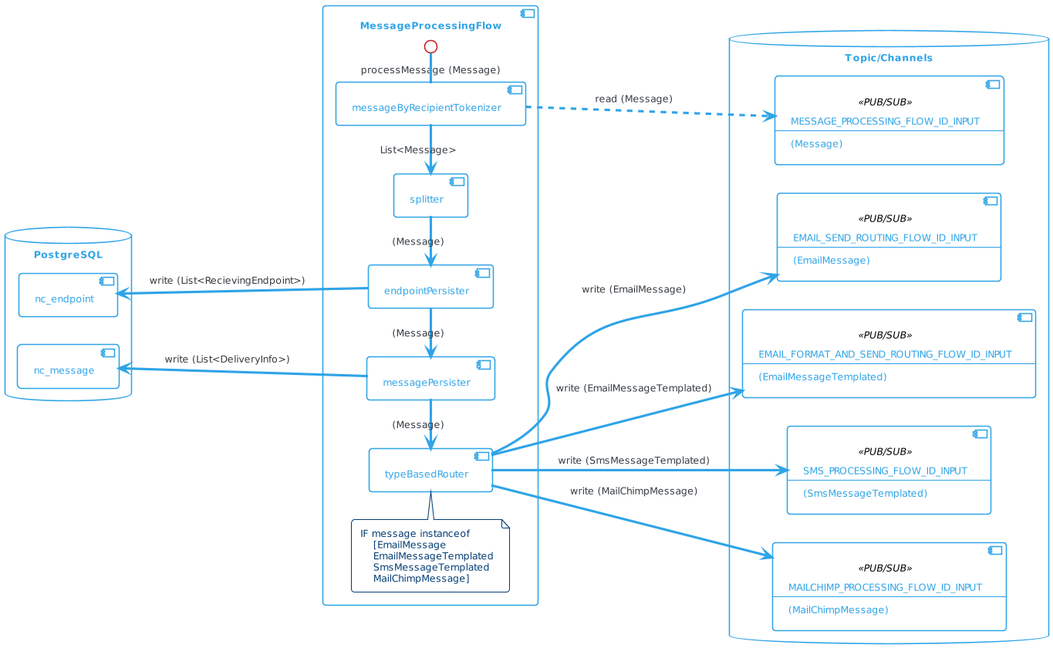
This is docs/diagrams/png/message-processing-flow.png from com-obj/notiflow, a PlantUML export, as it was before one commit.
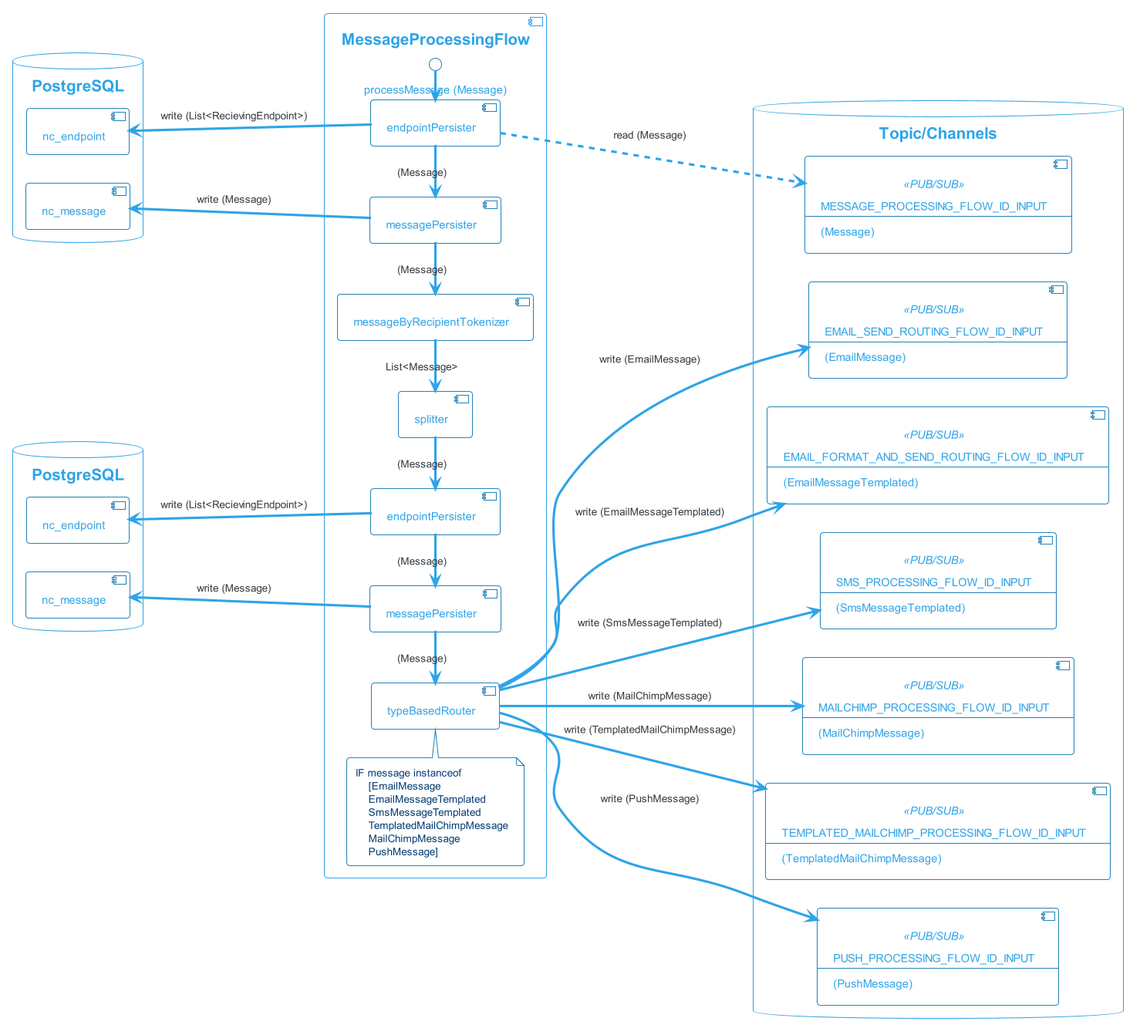
Above is the later version.

Change to the diagram source:
```diff
@@ -1,4 +1,5 @@
 @startuml
+
 !theme cerulean-outline
 
 left to right direction
@@ -8,9 +9,14 @@
     backgroundColor<<user defined>> LightGray
 }
 
-database "PostgreSQL" {
+database "PostgreSQL" as pg1 {
     [nc_message]
     [nc_endpoint]
+}
+
+database "PostgreSQL" as pg2 {
+    [nc_message] as nc_message2
+    [nc_endpoint] as nc_endpoint2
 }
 
 database "Topic/Channels" {
@@ -43,13 +49,27 @@
         --
         (MailChimpMessage)
     ]
+
+    component TEMPLATED_MAILCHIMP_PROCESSING_FLOW_ID_INPUT<<PUB/SUB>>[
+        TEMPLATED_MAILCHIMP_PROCESSING_FLOW_ID_INPUT
+        --
+        (TemplatedMailChimpMessage)
+    ]
+
+    component PUSH_PROCESSING_FLOW_ID_INPUT<<PUB/SUB>>[
+        PUSH_PROCESSING_FLOW_ID_INPUT
+        --
+        (PushMessage)
+    ]
 }
 
 component "MessageProcessingFlow" {
+    [endpointPersister] as endpointPersister1
+    [messagePersister] as messagePersister1
     [messageByRecipientTokenizer]
     [splitter]
-    [endpointPersister]
-    [messagePersister]
+    [endpointPersister] as endpointPersister2
+    [messagePersister] as messagePersister2
     [typeBasedRouter]
 
     note top of typeBasedRouter
@@ -57,24 +77,36 @@
         [EmailMessage
         EmailMessageTemplated
         SmsMessageTemplated
-        MailChimpMessage]
+        TemplatedMailChimpMessage
+        MailChimpMessage
+        PushMessage]
     end note
 
+    endpointPersister1 -l-> messagePersister1 : (Message)
+    messagePersister1 -l-> messageByRecipientTokenizer : (Message)
     messageByRecipientTokenizer -l-> splitter : List<Message>
-    splitter -l-> endpointPersister : (Message)
-    endpointPersister -l-> messagePersister: (Message)
-    messagePersister -l--> typeBasedRouter: (Message)
+    splitter -l-> endpointPersister2 : (Message)
+    endpointPersister2 -l-> messagePersister2: (Message)
+    messagePersister2 -l--> typeBasedRouter: (Message)
 
-    messageByRecipientTokenizer ..> MESSAGE_PROCESSING_FLOW_ID_INPUT : read (Message)
+    endpointPersister1 ..> MESSAGE_PROCESSING_FLOW_ID_INPUT : read (Message)
     typeBasedRouter --> EMAIL_SEND_ROUTING_FLOW_ID_INPUT: write (EmailMessage)
     typeBasedRouter --> EMAIL_FORMAT_AND_SEND_ROUTING_FLOW_ID_INPUT: write (EmailMessageTemplated)
     typeBasedRouter --> SMS_PROCESSING_FLOW_ID_INPUT: write (SmsMessageTemplated)
     typeBasedRouter --> MAILCHIMP_PROCESSING_FLOW_ID_INPUT: write (MailChimpMessage)
+    typeBasedRouter --> TEMPLATED_MAILCHIMP_PROCESSING_FLOW_ID_INPUT: write (TemplatedMailChimpMessage)
+    typeBasedRouter --> PUSH_PROCESSING_FLOW_ID_INPUT: write (PushMessage)
 
-    messagePersister -u-> nc_message: write (List<DeliveryInfo>)
-    endpointPersister -u-> nc_endpoint: write (List<RecievingEndpoint>)
+    messagePersister2 -u-> nc_message2: write (Message)
+    endpointPersister2 -u-> nc_endpoint2: write (List<RecievingEndpoint>)
+
+    messagePersister1 -u-> nc_message: write (Message)
+    endpointPersister1 -u-> nc_endpoint: write (List<RecievingEndpoint>)
+
 
     interface "processMessage (Message)" as processMessage
-        messageByRecipientTokenizer -r- processMessage
+    processMessage -l-> endpointPersister1
 }
+
+
 @enduml
```
